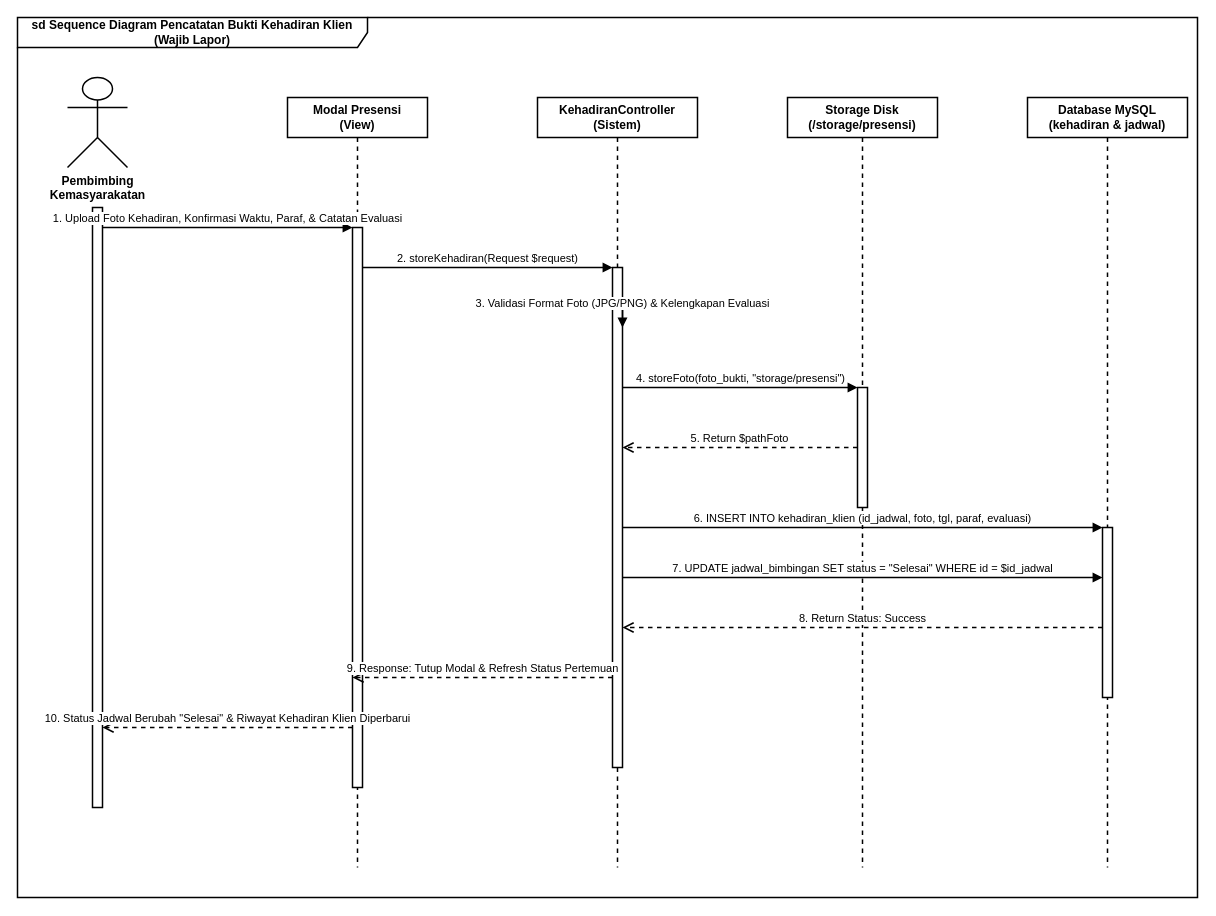
This is page "6. Sequence Bukti Kehadiran Klien" (6 of 12) of diagram/sequence_diagram_simba.drawio from hilyaaulia14/SIMBA, a draw.io file, before an edit. Source tidied: cells renumbered, new cells numbered last; positions are measured from the earlier drawing's top-left corner, leaving out a move shared by most shapes. Both pictures are drawn from the tidied source at 100%, with x=0, y=0 at pixel (17, 17).
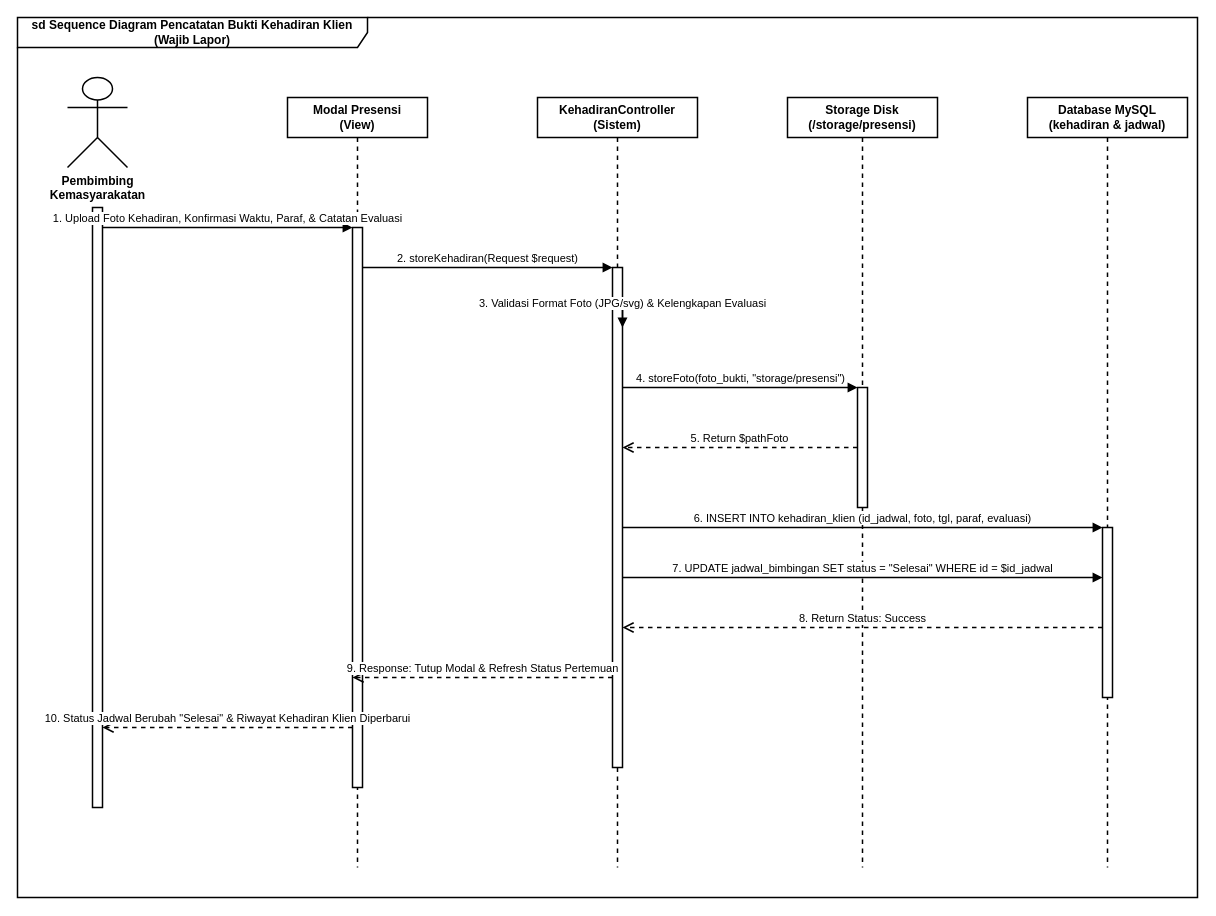
After the change.

Change to the diagram source:
```diff
@@
-    <mxCell id="16" value="3. Validasi Format Foto (JPG/PNG) &amp; Kelengkapan Evaluasi" style="html=1;verticalAlign=bottom;endArrow=block;rounded=0;strokeColor=#000000;strokeWidth=1.5;edgeStyle=orthogonalEdgeStyle;fontColor=#000000;fontSize=11;" parent="1" edge="1">
+    <mxCell id="16" value="3. Validasi Format Foto (JPG/svg) &amp; Kelengkapan Evaluasi" style="html=1;verticalAlign=bottom;endArrow=block;rounded=0;strokeColor=#000000;strokeWidth=1.5;edgeStyle=orthogonalEdgeStyle;fontColor=#000000;fontSize=11;" parent="1" edge="1">
       <mxGeometry relative="1" as="geometry">
         <mxPoint x="605" y="280" as="sourcePoint" />
         <mxPoint x="605" y="310" as="targetPoint" />
       </mxGeometry>
     </mxCell>
```
